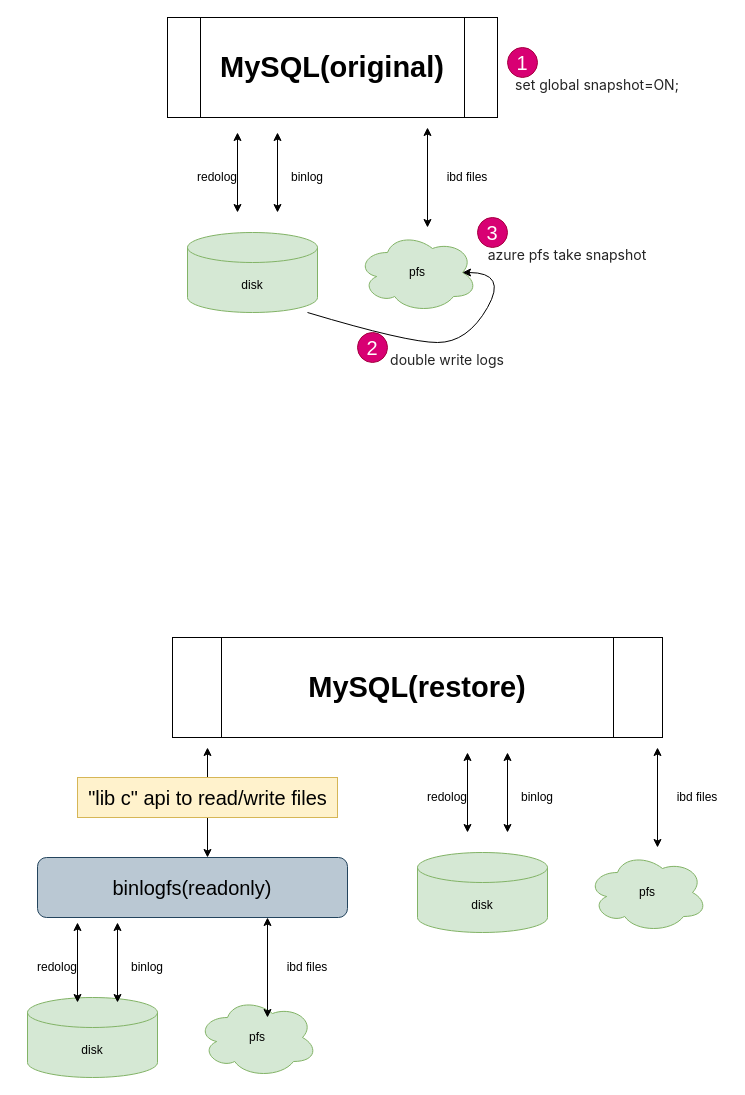
JiYou/ReadCode keeps this draw.io diagram as myfile/Untitled Diagram.drawio. Above is the earlier version. Source tidied: cells renumbered, new cells numbered last; positions are measured from the earlier drawing's top-left corner, leaving out a move shared by most shapes. Both pictures are drawn from the tidied source at 100%, with x=0, y=0 at pixel (27, 17).
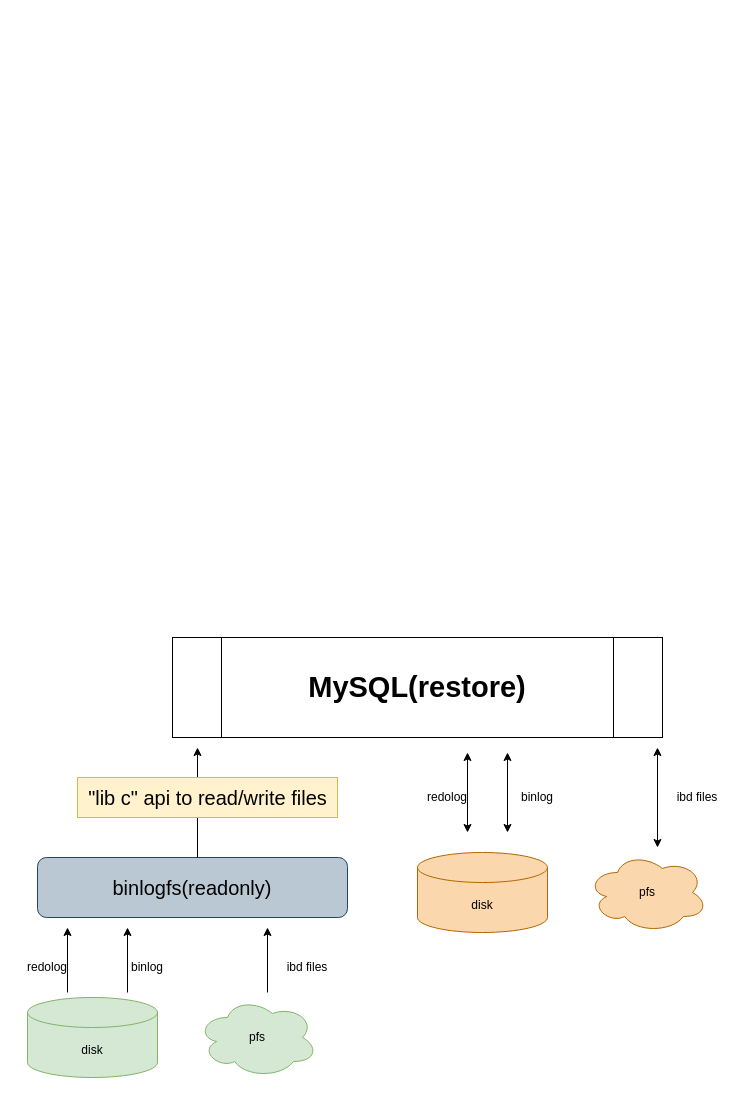
After the change.

What changed in the source:
```diff
@@
-    <mxCell id="2" value="disk" style="shape=cylinder3;whiteSpace=wrap;html=1;boundedLbl=1;backgroundOutline=1;size=15;fillColor=#d5e8d4;strokeColor=#82b366;" parent="1" vertex="1">
-      <mxGeometry x="160" y="215" width="130" height="80" as="geometry" />
-    </mxCell>
-    <mxCell id="3" value="&lt;b style=&quot;line-height: 1.6;&quot;&gt;&lt;font style=&quot;font-size: 29px;&quot;&gt;MySQL(original)&lt;/font&gt;&lt;/b&gt;" style="shape=process;whiteSpace=wrap;html=1;backgroundOutline=1;" parent="1" vertex="1">
-      <mxGeometry x="140" width="330" height="100" as="geometry" />
-    </mxCell>
-    <mxCell id="4" style="endArrow=classic;startArrow=classic;html=1;rounded=0;" parent="1" edge="1">
-      <mxGeometry relative="1" as="geometry">
-        <mxPoint x="210" y="195" as="sourcePoint" />
-        <mxPoint x="210" y="115" as="targetPoint" />
-      </mxGeometry>
-    </mxCell>
-    <mxCell id="5" value="redolog" style="text;html=1;strokeColor=none;fillColor=none;align=center;verticalAlign=middle;whiteSpace=wrap;rounded=0;" parent="1" vertex="1">
-      <mxGeometry x="160" y="145" width="60" height="30" as="geometry" />
-    </mxCell>
-    <mxCell id="6" style="endArrow=classic;startArrow=classic;html=1;rounded=0;" parent="1" edge="1">
-      <mxGeometry relative="1" as="geometry">
-        <mxPoint x="250" y="195" as="sourcePoint" />
-        <mxPoint x="250" y="115" as="targetPoint" />
-      </mxGeometry>
-    </mxCell>
-    <mxCell id="7" value="binlog" style="text;html=1;strokeColor=none;fillColor=none;align=center;verticalAlign=middle;whiteSpace=wrap;rounded=0;" parent="1" vertex="1">
-      <mxGeometry x="250" y="145" width="60" height="30" as="geometry" />
-    </mxCell>
-    <mxCell id="8" value="pfs" style="ellipse;shape=cloud;whiteSpace=wrap;html=1;fillColor=#d5e8d4;strokeColor=#82b366;" parent="1" vertex="1">
-      <mxGeometry x="330" y="215" width="120" height="80" as="geometry" />
-    </mxCell>
-    <mxCell id="9" style="endArrow=classic;startArrow=classic;html=1;rounded=0;" parent="1" edge="1">
-      <mxGeometry relative="1" as="geometry">
-        <mxPoint x="400" y="210" as="sourcePoint" />
-        <mxPoint x="400" y="110" as="targetPoint" />
-      </mxGeometry>
-    </mxCell>
-    <mxCell id="10" value="ibd files" style="text;html=1;strokeColor=none;fillColor=none;align=center;verticalAlign=middle;whiteSpace=wrap;rounded=0;" parent="1" vertex="1">
-      <mxGeometry x="410" y="145" width="60" height="30" as="geometry" />
-    </mxCell>
-    <mxCell id="11" value="&lt;span style=&quot;color: rgb(36, 36, 36); font-family: -apple-system, BlinkMacSystemFont, &amp;quot;Segoe UI&amp;quot;, system-ui, &amp;quot;Apple Color Emoji&amp;quot;, &amp;quot;Segoe UI Emoji&amp;quot;, &amp;quot;Segoe UI Web&amp;quot;, sans-serif; font-size: 14px; text-align: start; background-color: rgb(255, 255, 255);&quot;&gt;set global snapshot=ON;&lt;/span&gt;" style="text;html=1;strokeColor=none;fillColor=none;align=center;verticalAlign=middle;whiteSpace=wrap;rounded=0;fontSize=20;" parent="1" vertex="1">
-      <mxGeometry x="480" y="50" width="180" height="30" as="geometry" />
-    </mxCell>
-    <mxCell id="12" value="1" style="ellipse;whiteSpace=wrap;html=1;fontSize=20;fillColor=#d80073;fontColor=#ffffff;strokeColor=#A50040;" parent="1" vertex="1">
-      <mxGeometry x="480" y="30" width="30" height="30" as="geometry" />
-    </mxCell>
-    <mxCell id="13" value="&lt;span style=&quot;color: rgb(36, 36, 36); font-family: -apple-system, BlinkMacSystemFont, &amp;quot;Segoe UI&amp;quot;, system-ui, &amp;quot;Apple Color Emoji&amp;quot;, &amp;quot;Segoe UI Emoji&amp;quot;, &amp;quot;Segoe UI Web&amp;quot;, sans-serif; font-size: 14px; text-align: start; background-color: rgb(255, 255, 255);&quot;&gt;double write logs&lt;/span&gt;" style="text;html=1;strokeColor=none;fillColor=none;align=center;verticalAlign=middle;whiteSpace=wrap;rounded=0;fontSize=20;" parent="1" vertex="1">
-      <mxGeometry x="330" y="325" width="180" height="30" as="geometry" />
-    </mxCell>
-    <mxCell id="14" value="2" style="ellipse;whiteSpace=wrap;html=1;fontSize=20;fillColor=#d80073;fontColor=#ffffff;strokeColor=#A50040;" parent="1" vertex="1">
-      <mxGeometry x="330" y="315" width="30" height="30" as="geometry" />
-    </mxCell>
-    <mxCell id="15" value="&lt;div style=&quot;text-align: start;&quot;&gt;&lt;font face=&quot;-apple-system, BlinkMacSystemFont, Segoe UI, system-ui, Apple Color Emoji, Segoe UI Emoji, Segoe UI Web, sans-serif&quot; color=&quot;#242424&quot;&gt;&lt;span style=&quot;font-size: 14px; background-color: rgb(255, 255, 255);&quot;&gt;azure pfs take snapshot&lt;/span&gt;&lt;/font&gt;&lt;/div&gt;" style="text;html=1;strokeColor=none;fillColor=none;align=center;verticalAlign=middle;whiteSpace=wrap;rounded=0;fontSize=20;" parent="1" vertex="1">
-      <mxGeometry x="450" y="220" width="180" height="30" as="geometry" />
-    </mxCell>
-    <mxCell id="16" value="3" style="ellipse;whiteSpace=wrap;html=1;fontSize=20;fillColor=#d80073;fontColor=#ffffff;strokeColor=#A50040;" parent="1" vertex="1">
-      <mxGeometry x="450" y="200" width="30" height="30" as="geometry" />
-    </mxCell>
-    <mxCell id="17" style="curved=1;endArrow=classic;html=1;rounded=0;fontSize=20;entryX=0.875;entryY=0.5;entryDx=0;entryDy=0;entryPerimeter=0;" parent="1" edge="1" target="8">
-      <mxGeometry relative="1" as="geometry">
-        <mxPoint x="280" y="295" as="sourcePoint" />
-        <Array as="points">
-          <mxPoint x="380" y="325" />
-          <mxPoint x="440" y="325" />
-          <mxPoint x="480" y="255" />
-        </Array>
-      </mxGeometry>
-    </mxCell>
@@
-    <mxCell id="20" style="endArrow=classic;startArrow=classic;html=1;rounded=0;" parent="1" edge="1">
-      <mxGeometry relative="1" as="geometry">
-        <mxPoint x="50" y="985" as="sourcePoint" />
-        <mxPoint x="50" y="905" as="targetPoint" />
-      </mxGeometry>
-    </mxCell>
     <mxCell id="21" value="redolog" style="text;html=1;strokeColor=none;fillColor=none;align=center;verticalAlign=middle;whiteSpace=wrap;rounded=0;" parent="1" vertex="1">
-      <mxGeometry y="935" width="60" height="30" as="geometry" />
+      <mxGeometry x="-10" y="935" width="60" height="30" as="geometry" />
     </mxCell>
-    <mxCell id="22" style="endArrow=classic;startArrow=classic;html=1;rounded=0;" parent="1" edge="1">
-      <mxGeometry relative="1" as="geometry">
-        <mxPoint x="90" y="985" as="sourcePoint" />
-        <mxPoint x="90" y="905" as="targetPoint" />
-      </mxGeometry>
-    </mxCell>
@@
-    <mxCell id="25" style="endArrow=classic;startArrow=classic;html=1;rounded=0;" parent="1" edge="1">
-      <mxGeometry relative="1" as="geometry">
-        <mxPoint x="240" y="1000" as="sourcePoint" />
-        <mxPoint x="240" y="900" as="targetPoint" />
-      </mxGeometry>
-    </mxCell>
@@
-    <mxCell id="28" style="endArrow=classic;startArrow=classic;html=1;rounded=0;fontSize=20;" parent="1" edge="1">
-      <mxGeometry relative="1" as="geometry">
-        <mxPoint x="180" y="840" as="sourcePoint" />
-        <mxPoint x="180" y="730" as="targetPoint" />
-        <Array as="points">
-          <mxPoint x="180" y="780" />
-        </Array>
-      </mxGeometry>
-    </mxCell>
-    <mxCell id="29" value="&quot;lib c&quot; api to read/write files" style="text;html=1;align=center;verticalAlign=middle;strokeColor=#d6b656;fillColor=#fff2cc;fontSize=20;" parent="1" vertex="1">
-      <mxGeometry x="50" y="760" width="260" height="40" as="geometry" />
-    </mxCell>
-    <mxCell id="30" value="disk" style="shape=cylinder3;whiteSpace=wrap;html=1;boundedLbl=1;backgroundOutline=1;size=15;fillColor=#d5e8d4;strokeColor=#82b366;" parent="1" vertex="1">
+    <mxCell id="30" value="disk" style="shape=cylinder3;whiteSpace=wrap;html=1;boundedLbl=1;backgroundOutline=1;size=15;fillColor=#fad7ac;strokeColor=#b46504;" parent="1" vertex="1">
       <mxGeometry x="390" y="835" width="130" height="80" as="geometry" />
     </mxCell>
@@
-    <mxCell id="35" value="pfs" style="ellipse;shape=cloud;whiteSpace=wrap;html=1;fillColor=#d5e8d4;strokeColor=#82b366;" parent="1" vertex="1">
+    <mxCell id="35" value="pfs" style="ellipse;shape=cloud;whiteSpace=wrap;html=1;fillColor=#fad7ac;strokeColor=#b46504;" parent="1" vertex="1">
       <mxGeometry x="560" y="835" width="120" height="80" as="geometry" />
     </mxCell>
@@
+    <mxCell id="38" style="endArrow=classic;html=1;rounded=0;fontSize=20;" parent="1" edge="1">
+      <mxGeometry relative="1" as="geometry">
+        <mxPoint x="170" y="840" as="sourcePoint" />
+        <mxPoint x="170" y="730" as="targetPoint" />
+      </mxGeometry>
+    </mxCell>
+    <mxCell id="29" value="&quot;lib c&quot; api to read/write files" style="text;html=1;align=center;verticalAlign=middle;strokeColor=#d6b656;fillColor=#fff2cc;fontSize=20;" parent="1" vertex="1">
+      <mxGeometry x="50" y="760" width="260" height="40" as="geometry" />
+    </mxCell>
+    <mxCell id="39" style="endArrow=classic;html=1;rounded=0;fontSize=20;" parent="1" edge="1">
+      <mxGeometry relative="1" as="geometry">
+        <mxPoint x="40" y="975" as="sourcePoint" />
+        <mxPoint x="40" y="910" as="targetPoint" />
+      </mxGeometry>
+    </mxCell>
+    <mxCell id="40" style="endArrow=classic;html=1;rounded=0;fontSize=20;" parent="1" edge="1">
+      <mxGeometry relative="1" as="geometry">
+        <mxPoint x="100" y="975" as="sourcePoint" />
+        <mxPoint x="100" y="910" as="targetPoint" />
+      </mxGeometry>
+    </mxCell>
+    <mxCell id="41" style="endArrow=classic;html=1;rounded=0;fontSize=20;" parent="1" edge="1">
+      <mxGeometry relative="1" as="geometry">
+        <mxPoint x="240" y="975" as="sourcePoint" />
+        <mxPoint x="240" y="910" as="targetPoint" />
+      </mxGeometry>
+    </mxCell>
```
